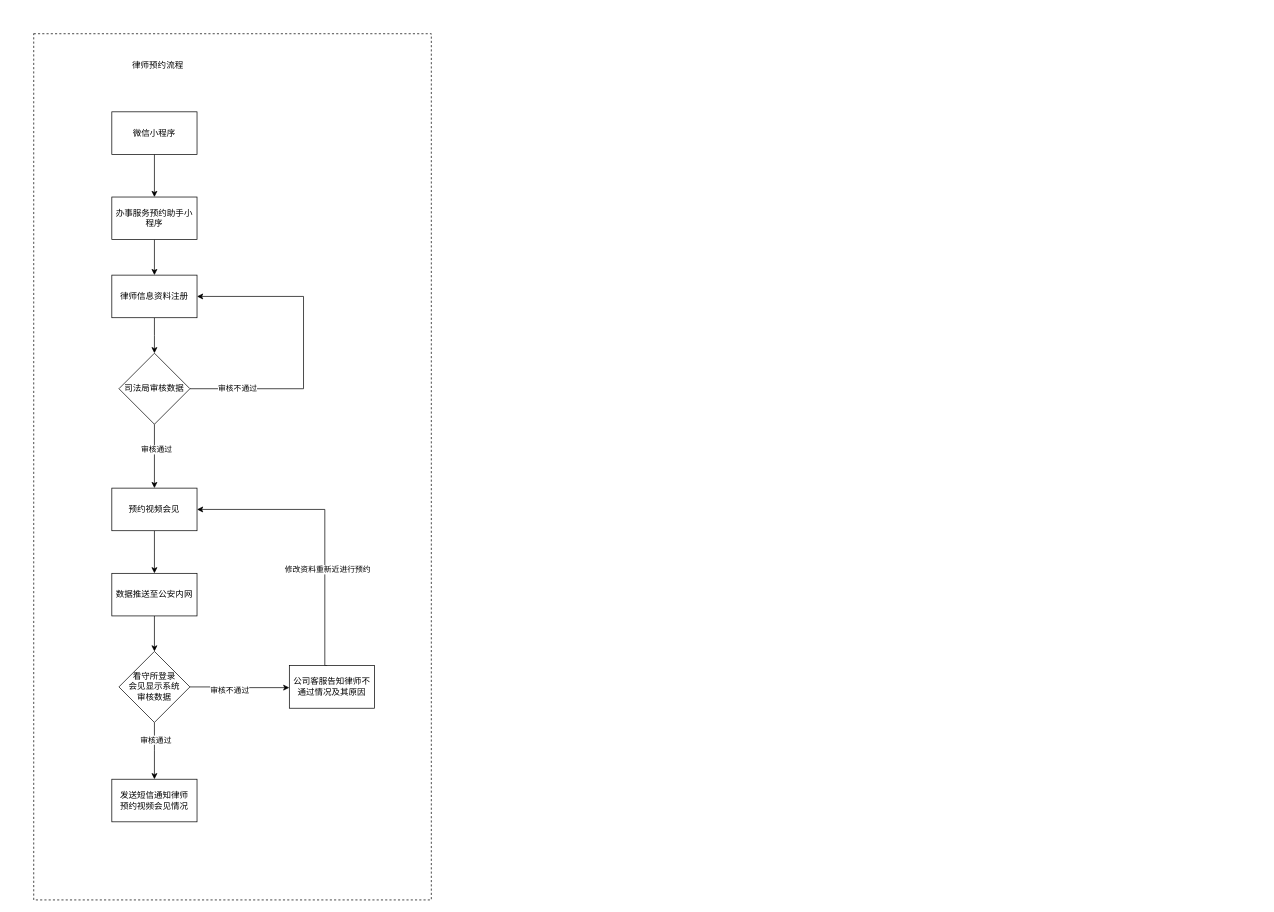
Earlier version of the draw.io diagram 律师视频会见.drawio (zhanghua65/drawSpace). Source tidied: cells renumbered, new cells numbered last; positions are measured from the earlier drawing's top-left corner, leaving out a move shared by most shapes. Both pictures are drawn from the tidied source at 71%, with x=0, y=0 at pixel (33, 33).
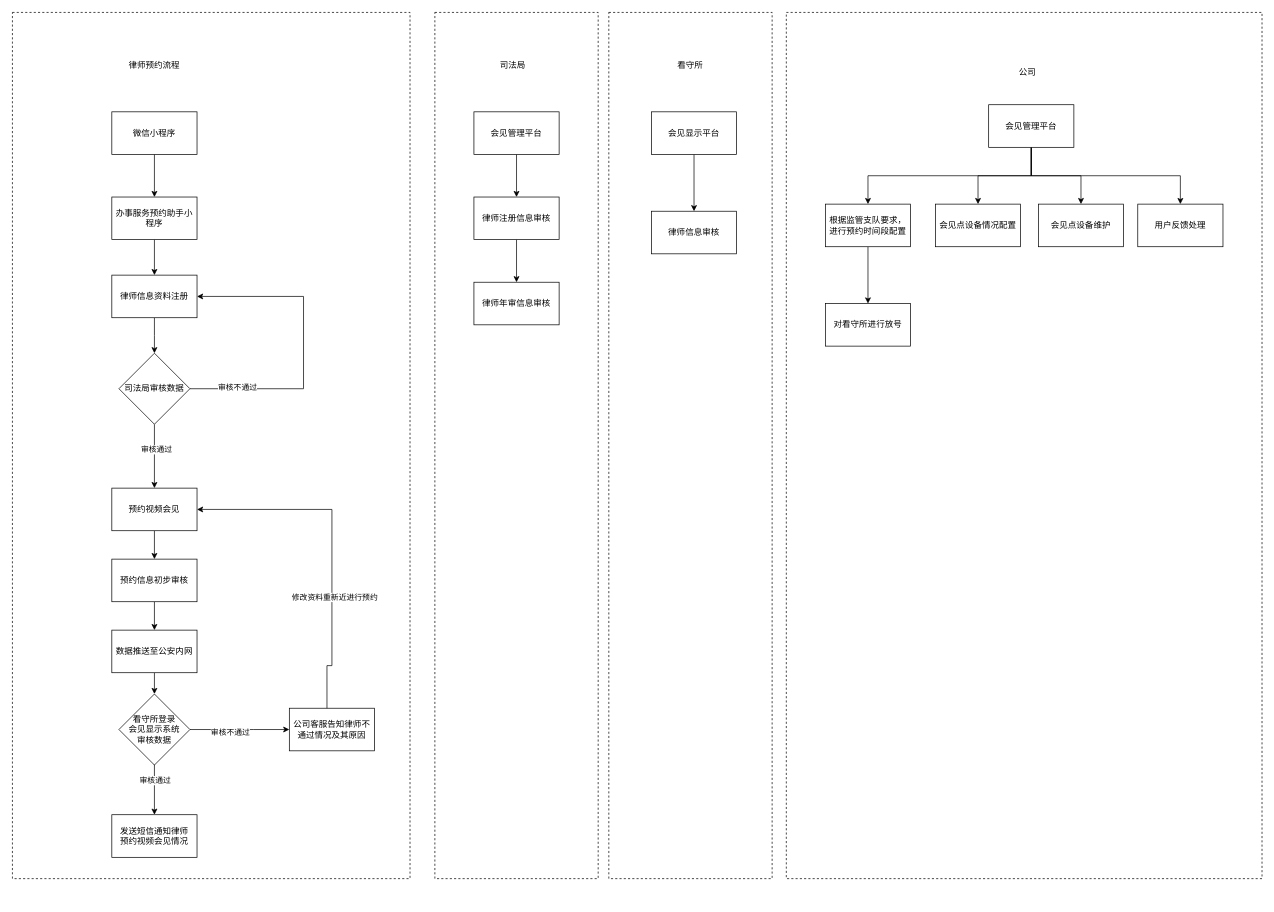
Above is the later version.

Commit message (it also covers changes not shown here):
更新律师视频会见.drawio

The change refers to these unchanged cells:
```xml
<mxCell id="15" value="预约视频会见" style="rounded=0;whiteSpace=wrap;html=1;" parent="1" vertex="1">
  <mxGeometry x="110" y="640" width="120" height="60" as="geometry" />
</mxCell>
<mxCell id="18" style="edgeStyle=orthogonalEdgeStyle;rounded=0;jettySize=auto;html=1;exitX=0.5;exitY=1;exitDx=0;exitDy=0;entryX=0.5;entryY=0;entryDx=0;entryDy=0;" parent="1" edge="1" source="22" target="23">
  <mxGeometry relative="1" as="geometry">
    <Array as="points">
      <mxPoint x="170" y="1010" />
      <mxPoint x="170" y="1010" />
    </Array>
  </mxGeometry>
</mxCell>
```

Diff of the diagram source:
```diff
@@
+    <mxCell id="28" style="rounded=0;whiteSpace=wrap;html=1;dashed=1;" parent="1" vertex="1">
+      <mxGeometry x="810" y="-30" width="230" height="1220" as="geometry" />
+    </mxCell>
+    <mxCell id="29" style="rounded=0;whiteSpace=wrap;html=1;dashed=1;" parent="1" vertex="1">
+      <mxGeometry x="1060" y="-30" width="670" height="1220" as="geometry" />
+    </mxCell>
+    <mxCell id="30" style="rounded=0;whiteSpace=wrap;html=1;dashed=1;" parent="1" vertex="1">
+      <mxGeometry x="565" y="-30" width="230" height="1220" as="geometry" />
+    </mxCell>
     <mxCell id="2" style="rounded=0;whiteSpace=wrap;html=1;dashed=1;" parent="1" vertex="1">
-      <mxGeometry width="560" height="1220" as="geometry" />
+      <mxGeometry x="-30" y="-30" width="560" height="1220" as="geometry" />
     </mxCell>
@@
-    <mxCell id="14" style="edgeStyle=orthogonalEdgeStyle;rounded=0;jettySize=auto;html=1;entryX=0.5;entryY=0;entryDx=0;entryDy=0;" parent="1" edge="1" source="15">
-      <mxGeometry relative="1" as="geometry">
-        <mxPoint x="170" y="760" as="targetPoint" />
-      </mxGeometry>
-    </mxCell>
+    <mxCell id="31" style="edgeStyle=orthogonalEdgeStyle;rounded=0;jettySize=auto;html=1;" parent="1" edge="1" source="15" target="49">
+      <mxGeometry relative="1" as="geometry" />
+    </mxCell>
@@
     <mxCell id="17" value="数据推送至公安内网" style="rounded=0;whiteSpace=wrap;html=1;" parent="1" vertex="1">
-      <mxGeometry x="110" y="760" width="120" height="60" as="geometry" />
+      <mxGeometry x="110" y="840" width="120" height="60" as="geometry" />
     </mxCell>
@@
     <mxCell id="19" value="审核通过" style="edgeLabel;html=1;align=center;verticalAlign=middle;" parent="18" vertex="1">
-      <mxGeometry x="-0.4" y="1" relative="1" as="geometry" />
+      <mxGeometry x="-0.4" y="1" relative="1" as="geometry">
+        <mxPoint x="-1" y="28" as="offset" />
+      </mxGeometry>
     </mxCell>
-    <mxCell id="20" style="edgeStyle=orthogonalEdgeStyle;rounded=0;jettySize=auto;html=1;exitX=1;exitY=0.5;exitDx=0;exitDy=0;" parent="1" edge="1" source="22" target="26">
+    <mxCell id="20" style="edgeStyle=orthogonalEdgeStyle;rounded=0;jettySize=auto;html=1;exitX=1;exitY=0.5;exitDx=0;exitDy=0;entryX=0;entryY=0.5;entryDx=0;entryDy=0;" parent="1" edge="1" source="22" target="26">
       <mxGeometry relative="1" as="geometry">
         <Array as="points">
-          <mxPoint x="265" y="920" />
-          <mxPoint x="265" y="921" />
-          <mxPoint x="380" y="921" />
-          <mxPoint x="380" y="910" />
+          <mxPoint x="310" y="980" />
+          <mxPoint x="310" y="980" />
         </Array>
       </mxGeometry>
     </mxCell>
@@
     <mxCell id="22" value="看守所登录&lt;div&gt;会见显示系统&lt;/div&gt;&lt;div&gt;审核数据&lt;/div&gt;" style="rhombus;whiteSpace=wrap;html=1;" parent="1" vertex="1">
-      <mxGeometry x="120" y="870" width="100" height="100" as="geometry" />
+      <mxGeometry x="120" y="930" width="100" height="100" as="geometry" />
     </mxCell>
     <mxCell id="23" value="发送短信通知律师&lt;div&gt;预约视频会见情况&lt;/div&gt;" style="rounded=0;whiteSpace=wrap;html=1;" parent="1" vertex="1">
-      <mxGeometry x="110" y="1050" width="120" height="60" as="geometry" />
+      <mxGeometry x="110" y="1100" width="120" height="60" as="geometry" />
     </mxCell>
     <mxCell id="24" style="edgeStyle=orthogonalEdgeStyle;rounded=0;jettySize=auto;html=1;entryX=1;entryY=0.5;entryDx=0;entryDy=0;exitX=0.442;exitY=0.033;exitDx=0;exitDy=0;exitPerimeter=0;" parent="1" edge="1" source="26" target="15">
       <mxGeometry relative="1" as="geometry">
         <Array as="points">
           <mxPoint x="413" y="890" />
-          <mxPoint x="410" y="890" />
-          <mxPoint x="410" y="670" />
+          <mxPoint x="420" y="890" />
+          <mxPoint x="420" y="670" />
         </Array>
       </mxGeometry>
     </mxCell>
@@
     <mxCell id="26" value="公司客服告知律师不通过情况及其原因" style="rounded=0;whiteSpace=wrap;html=1;" parent="1" vertex="1">
-      <mxGeometry x="360" y="890" width="120" height="60" as="geometry" />
+      <mxGeometry x="360" y="950" width="120" height="60" as="geometry" />
     </mxCell>
     <mxCell id="27" value="律师预约流程" style="text;html=1;align=center;verticalAlign=middle;whiteSpace=wrap;rounded=0;" parent="1" vertex="1">
-      <mxGeometry x="120" y="30" width="110" height="30" as="geometry" />
+      <mxGeometry x="115" y="30" width="110" height="30" as="geometry" />
     </mxCell>
+    <mxCell id="32" style="edgeStyle=orthogonalEdgeStyle;rounded=0;jettySize=auto;html=1;entryX=0.5;entryY=0;entryDx=0;entryDy=0;" parent="1" edge="1" source="33" target="35">
+      <mxGeometry relative="1" as="geometry" />
+    </mxCell>
+    <mxCell id="33" value="会见管理平台" style="rounded=0;whiteSpace=wrap;html=1;" parent="1" vertex="1">
+      <mxGeometry x="620" y="110" width="120" height="60" as="geometry" />
+    </mxCell>
+    <mxCell id="34" style="edgeStyle=orthogonalEdgeStyle;rounded=0;jettySize=auto;html=1;exitX=0.5;exitY=1;exitDx=0;exitDy=0;" parent="1" edge="1" source="35" target="36">
+      <mxGeometry relative="1" as="geometry" />
+    </mxCell>
+    <mxCell id="35" value="律师注册信息审核" style="rounded=0;whiteSpace=wrap;html=1;" parent="1" vertex="1">
+      <mxGeometry x="620" y="230" width="120" height="60" as="geometry" />
+    </mxCell>
+    <mxCell id="36" value="律师年审信息审核" style="rounded=0;whiteSpace=wrap;html=1;" parent="1" vertex="1">
+      <mxGeometry x="620" y="350" width="120" height="60" as="geometry" />
+    </mxCell>
+    <mxCell id="37" value="司法局" style="text;html=1;align=center;verticalAlign=middle;whiteSpace=wrap;rounded=0;" parent="1" vertex="1">
+      <mxGeometry x="620" y="30" width="110" height="30" as="geometry" />
+    </mxCell>
+    <mxCell id="38" style="edgeStyle=orthogonalEdgeStyle;rounded=0;jettySize=auto;html=1;" parent="1" edge="1" source="42" target="47">
+      <mxGeometry relative="1" as="geometry" />
+    </mxCell>
+    <mxCell id="39" style="edgeStyle=orthogonalEdgeStyle;rounded=0;jettySize=auto;html=1;" parent="1" edge="1" source="42" target="50">
+      <mxGeometry relative="1" as="geometry" />
+    </mxCell>
+    <mxCell id="40" style="edgeStyle=orthogonalEdgeStyle;rounded=0;jettySize=auto;html=1;exitX=0.5;exitY=1;exitDx=0;exitDy=0;" parent="1" edge="1" source="42" target="51">
+      <mxGeometry relative="1" as="geometry" />
+    </mxCell>
+    <mxCell id="41" style="edgeStyle=orthogonalEdgeStyle;rounded=0;jettySize=auto;html=1;entryX=0.5;entryY=0;entryDx=0;entryDy=0;exitX=0.5;exitY=1;exitDx=0;exitDy=0;" parent="1" edge="1" source="42" target="44">
+      <mxGeometry relative="1" as="geometry" />
+    </mxCell>
+    <mxCell id="42" value="会见管理平台" style="rounded=0;whiteSpace=wrap;html=1;" parent="1" vertex="1">
+      <mxGeometry x="1345" y="100" width="120" height="60" as="geometry" />
+    </mxCell>
+    <mxCell id="43" style="edgeStyle=orthogonalEdgeStyle;rounded=0;jettySize=auto;html=1;" parent="1" edge="1" source="44" target="45">
+      <mxGeometry relative="1" as="geometry" />
+    </mxCell>
+    <mxCell id="44" value="根据监管支队要求，进行预约时间段配置" style="whiteSpace=wrap;html=1;rounded=0;" parent="1" vertex="1">
+      <mxGeometry x="1115" y="240" width="120" height="60" as="geometry" />
+    </mxCell>
+    <mxCell id="45" value="对看守所进行放号" style="whiteSpace=wrap;html=1;rounded=0;" parent="1" vertex="1">
+      <mxGeometry x="1115" y="380" width="120" height="60" as="geometry" />
+    </mxCell>
+    <mxCell id="46" value="公司" style="text;html=1;align=center;verticalAlign=middle;whiteSpace=wrap;rounded=0;" parent="1" vertex="1">
+      <mxGeometry x="1345" y="40" width="110" height="30" as="geometry" />
+    </mxCell>
+    <mxCell id="47" value="会见点设备情况配置" style="whiteSpace=wrap;html=1;rounded=0;" parent="1" vertex="1">
+      <mxGeometry x="1270" y="240" width="120" height="60" as="geometry" />
+    </mxCell>
+    <mxCell id="48" style="edgeStyle=orthogonalEdgeStyle;rounded=0;jettySize=auto;html=1;" parent="1" edge="1" source="49" target="17">
+      <mxGeometry relative="1" as="geometry" />
+    </mxCell>
+    <mxCell id="49" value="预约信息初步审核" style="rounded=0;whiteSpace=wrap;html=1;" parent="1" vertex="1">
+      <mxGeometry x="110" y="740" width="120" height="60" as="geometry" />
+    </mxCell>
+    <mxCell id="50" value="会见点设备维护" style="whiteSpace=wrap;html=1;rounded=0;" parent="1" vertex="1">
+      <mxGeometry x="1415" y="240" width="120" height="60" as="geometry" />
+    </mxCell>
+    <mxCell id="51" value="用户反馈处理" style="whiteSpace=wrap;html=1;rounded=0;" parent="1" vertex="1">
+      <mxGeometry x="1555" y="240" width="120" height="60" as="geometry" />
+    </mxCell>
+    <mxCell id="52" style="edgeStyle=orthogonalEdgeStyle;rounded=0;jettySize=auto;html=1;" parent="1" edge="1" source="53" target="54">
+      <mxGeometry relative="1" as="geometry" />
+    </mxCell>
+    <mxCell id="53" value="会见显示平台" style="rounded=0;whiteSpace=wrap;html=1;" parent="1" vertex="1">
+      <mxGeometry x="870" y="110" width="120" height="60" as="geometry" />
+    </mxCell>
+    <mxCell id="54" value="律师信息审核" style="whiteSpace=wrap;html=1;rounded=0;" parent="1" vertex="1">
+      <mxGeometry x="870" y="250" width="120" height="60" as="geometry" />
+    </mxCell>
+    <mxCell id="55" value="看守所" style="text;html=1;align=center;verticalAlign=middle;whiteSpace=wrap;rounded=0;" parent="1" vertex="1">
+      <mxGeometry x="870" y="30" width="110" height="30" as="geometry" />
+    </mxCell>
```
